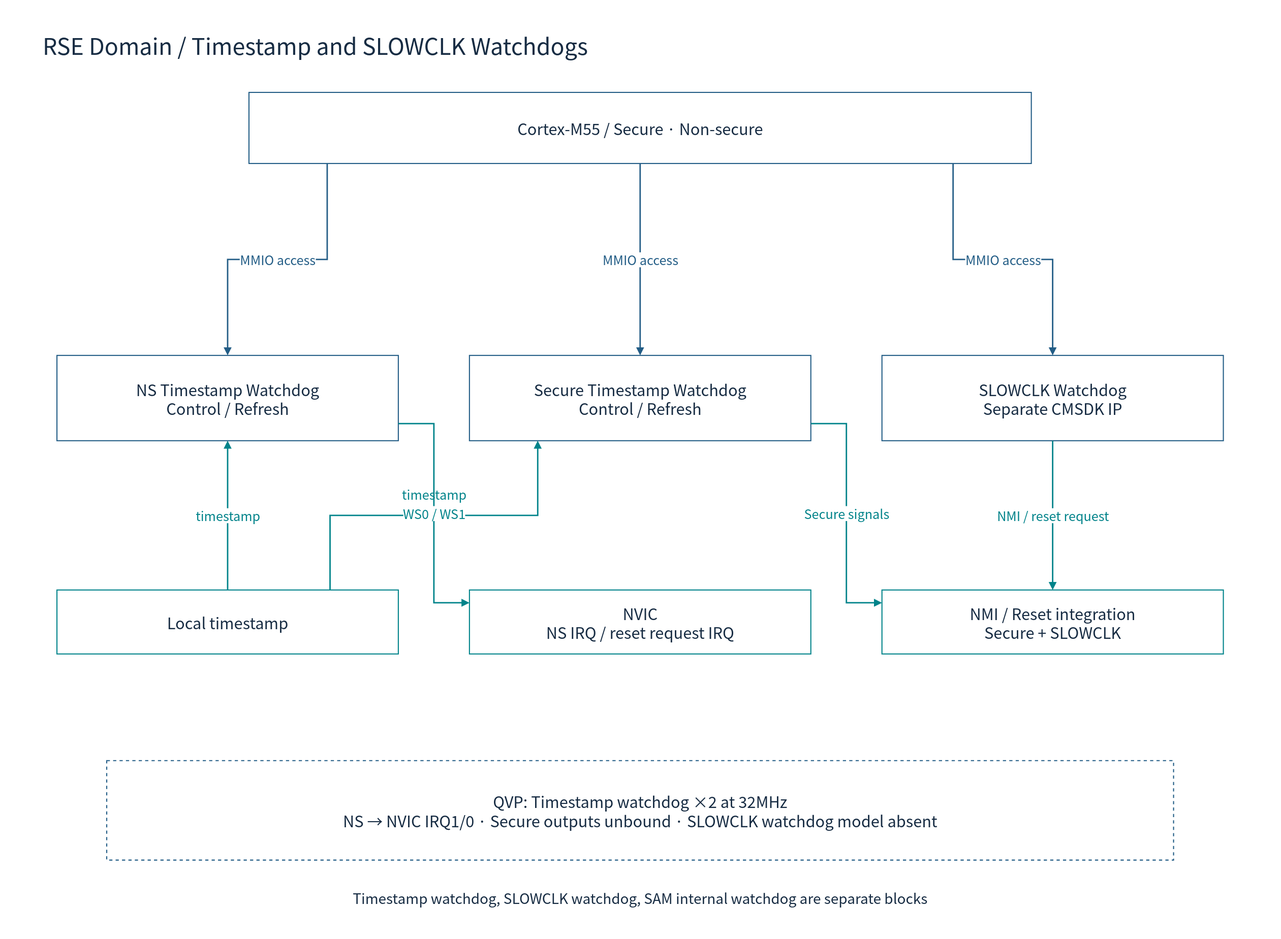
Earlier version of the draw.io export doc/phase1/watchdog/diagrams/01c-rse-hardware.drawio.svg (cometzero/project-apollo). Source tidied: cells renumbered, new cells last; positions are measured from the earlier drawing's top-left corner, leaving out a move shared by most shapes.
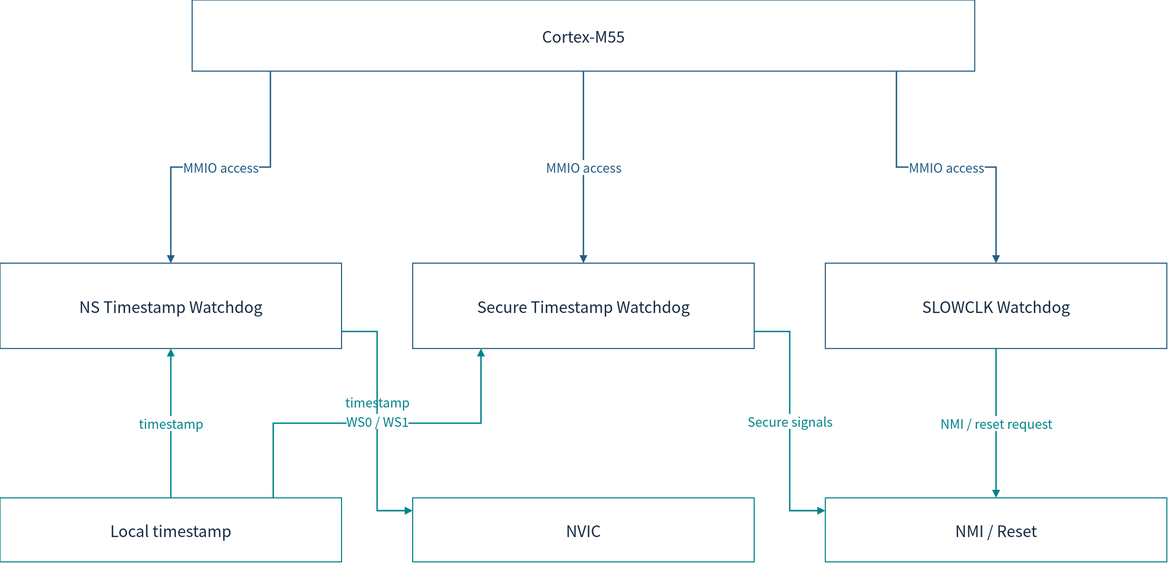
After the commit.

What changed in the source:
```diff
@@ -2,31 +2,25 @@
   <root>
     <mxCell id="0" />
     <mxCell id="1" parent="0" />
-    <mxCell id="2" style="rounded=0;whiteSpace=wrap;html=1;fillColor=#FFFFFF;strokeColor=none;strokeWidth=1.5;fontColor=#172C43;fontFamily=Noto Sans CJK KR;fontSize=22;spacing=10;" parent="1" vertex="1">
-      <mxGeometry width="1800" height="1320" as="geometry" />
-    </mxCell>
-    <mxCell id="3" value="RSE Domain / Timestamp and SLOWCLK Watchdogs" style="rounded=0;whiteSpace=wrap;html=1;fillColor=#FFFFFF;strokeColor=none;strokeWidth=1.5;fontColor=#172C43;fontFamily=Noto Sans CJK KR;fontSize=22;spacing=10;fontSize=32;align=left;" parent="1" vertex="1">
-      <mxGeometry x="50" y="30" width="1700" height="65" as="geometry" />
-    </mxCell>
-    <mxCell id="4" value="Cortex-M55 / Secure · Non-secure" style="rounded=0;whiteSpace=wrap;html=1;fillColor=#FFFFFF;strokeColor=#235D86;strokeWidth=1.5;fontColor=#172C43;fontFamily=Noto Sans CJK KR;fontSize=22;spacing=10;" parent="1" vertex="1">
+    <mxCell id="4" value="Cortex-M55" style="rounded=0;whiteSpace=wrap;html=1;fillColor=#FFFFFF;strokeColor=#235D86;strokeWidth=1.5;fontColor=#172C43;fontFamily=Noto Sans CJK KR;fontSize=22;spacing=10;" parent="1" vertex="1">
       <mxGeometry x="350" y="130" width="1100" height="100" as="geometry" />
     </mxCell>
-    <mxCell id="5" value="NS Timestamp Watchdog&#10;Control / Refresh" style="rounded=0;whiteSpace=wrap;html=1;fillColor=#FFFFFF;strokeColor=#235D86;strokeWidth=1.5;fontColor=#172C43;fontFamily=Noto Sans CJK KR;fontSize=22;spacing=10;" parent="1" vertex="1">
+    <mxCell id="5" value="NS Timestamp Watchdog" style="rounded=0;whiteSpace=wrap;html=1;fillColor=#FFFFFF;strokeColor=#235D86;strokeWidth=1.5;fontColor=#172C43;fontFamily=Noto Sans CJK KR;fontSize=22;spacing=10;" parent="1" vertex="1">
       <mxGeometry x="80" y="500" width="480" height="120" as="geometry" />
     </mxCell>
-    <mxCell id="6" value="Secure Timestamp Watchdog&#10;Control / Refresh" style="rounded=0;whiteSpace=wrap;html=1;fillColor=#FFFFFF;strokeColor=#235D86;strokeWidth=1.5;fontColor=#172C43;fontFamily=Noto Sans CJK KR;fontSize=22;spacing=10;" parent="1" vertex="1">
+    <mxCell id="6" value="Secure Timestamp Watchdog" style="rounded=0;whiteSpace=wrap;html=1;fillColor=#FFFFFF;strokeColor=#235D86;strokeWidth=1.5;fontColor=#172C43;fontFamily=Noto Sans CJK KR;fontSize=22;spacing=10;" parent="1" vertex="1">
       <mxGeometry x="660" y="500" width="480" height="120" as="geometry" />
     </mxCell>
-    <mxCell id="7" value="SLOWCLK Watchdog&#10;Separate CMSDK IP" style="rounded=0;whiteSpace=wrap;html=1;fillColor=#FFFFFF;strokeColor=#235D86;strokeWidth=1.5;fontColor=#172C43;fontFamily=Noto Sans CJK KR;fontSize=22;spacing=10;" parent="1" vertex="1">
+    <mxCell id="7" value="SLOWCLK Watchdog" style="rounded=0;whiteSpace=wrap;html=1;fillColor=#FFFFFF;strokeColor=#235D86;strokeWidth=1.5;fontColor=#172C43;fontFamily=Noto Sans CJK KR;fontSize=22;spacing=10;" parent="1" vertex="1">
       <mxGeometry x="1240" y="500" width="480" height="120" as="geometry" />
     </mxCell>
     <mxCell id="8" value="Local timestamp" style="rounded=0;whiteSpace=wrap;html=1;fillColor=#FFFFFF;strokeColor=#00838A;strokeWidth=1.5;fontColor=#172C43;fontFamily=Noto Sans CJK KR;fontSize=22;spacing=10;" parent="1" vertex="1">
       <mxGeometry x="80" y="830" width="480" height="90" as="geometry" />
     </mxCell>
-    <mxCell id="9" value="NVIC&#10;NS IRQ / reset request IRQ" style="rounded=0;whiteSpace=wrap;html=1;fillColor=#FFFFFF;strokeColor=#00838A;strokeWidth=1.5;fontColor=#172C43;fontFamily=Noto Sans CJK KR;fontSize=22;spacing=10;" parent="1" vertex="1">
+    <mxCell id="9" value="NVIC" style="rounded=0;whiteSpace=wrap;html=1;fillColor=#FFFFFF;strokeColor=#00838A;strokeWidth=1.5;fontColor=#172C43;fontFamily=Noto Sans CJK KR;fontSize=22;spacing=10;" parent="1" vertex="1">
       <mxGeometry x="660" y="830" width="480" height="90" as="geometry" />
     </mxCell>
-    <mxCell id="10" value="NMI / Reset integration&#10;Secure + SLOWCLK" style="rounded=0;whiteSpace=wrap;html=1;fillColor=#FFFFFF;strokeColor=#00838A;strokeWidth=1.5;fontColor=#172C43;fontFamily=Noto Sans CJK KR;fontSize=22;spacing=10;" parent="1" vertex="1">
+    <mxCell id="10" value="NMI / Reset" style="rounded=0;whiteSpace=wrap;html=1;fillColor=#FFFFFF;strokeColor=#00838A;strokeWidth=1.5;fontColor=#172C43;fontFamily=Noto Sans CJK KR;fontSize=22;spacing=10;" parent="1" vertex="1">
       <mxGeometry x="1240" y="830" width="480" height="90" as="geometry" />
     </mxCell>
     <mxCell id="11" value="MMIO access" style="edgeStyle=orthogonalEdgeStyle;rounded=0;html=1;endArrow=block;endFill=1;strokeWidth=2;strokeColor=#235D86;fontColor=#235D86;fontFamily=Noto Sans CJK KR;fontSize=18;labelBackgroundColor=#FFFFFF;exitX=0.1;exitY=1;entryX=0.5;entryY=0;" parent="1" edge="1" source="4" target="5">
@@ -55,11 +49,5 @@
     <mxCell id="18" value="NMI / reset request" style="edgeStyle=orthogonalEdgeStyle;rounded=0;html=1;endArrow=block;endFill=1;strokeWidth=2;strokeColor=#00838A;fontColor=#00838A;fontFamily=Noto Sans CJK KR;fontSize=18;labelBackgroundColor=#FFFFFF;" parent="1" edge="1" source="7" target="10">
       <mxGeometry relative="1" as="geometry" />
     </mxCell>
-    <mxCell id="19" value="QVP: Timestamp watchdog ×2 at 32MHz&#10;NS → NVIC IRQ1/0 · Secure outputs unbound · SLOWCLK watchdog model absent" style="rounded=0;whiteSpace=wrap;html=1;fillColor=#FFFFFF;strokeColor=#235D86;strokeWidth=1.5;fontColor=#172C43;fontFamily=Noto Sans CJK KR;fontSize=22;spacing=10;dashed=1;" parent="1" vertex="1">
-      <mxGeometry x="150" y="1070" width="1500" height="140" as="geometry" />
-    </mxCell>
-    <mxCell id="20" value="Timestamp watchdog, SLOWCLK watchdog, SAM internal watchdog are separate blocks" style="rounded=0;whiteSpace=wrap;html=1;fillColor=#FFFFFF;strokeColor=none;strokeWidth=1.5;fontColor=#172C43;fontFamily=Noto Sans CJK KR;fontSize=22;spacing=10;fontSize=20;" parent="1" vertex="1">
-      <mxGeometry x="80" y="1240" width="1640" height="45" as="geometry" />
-    </mxCell>
   </root>
 </mxGraphModel>
```
